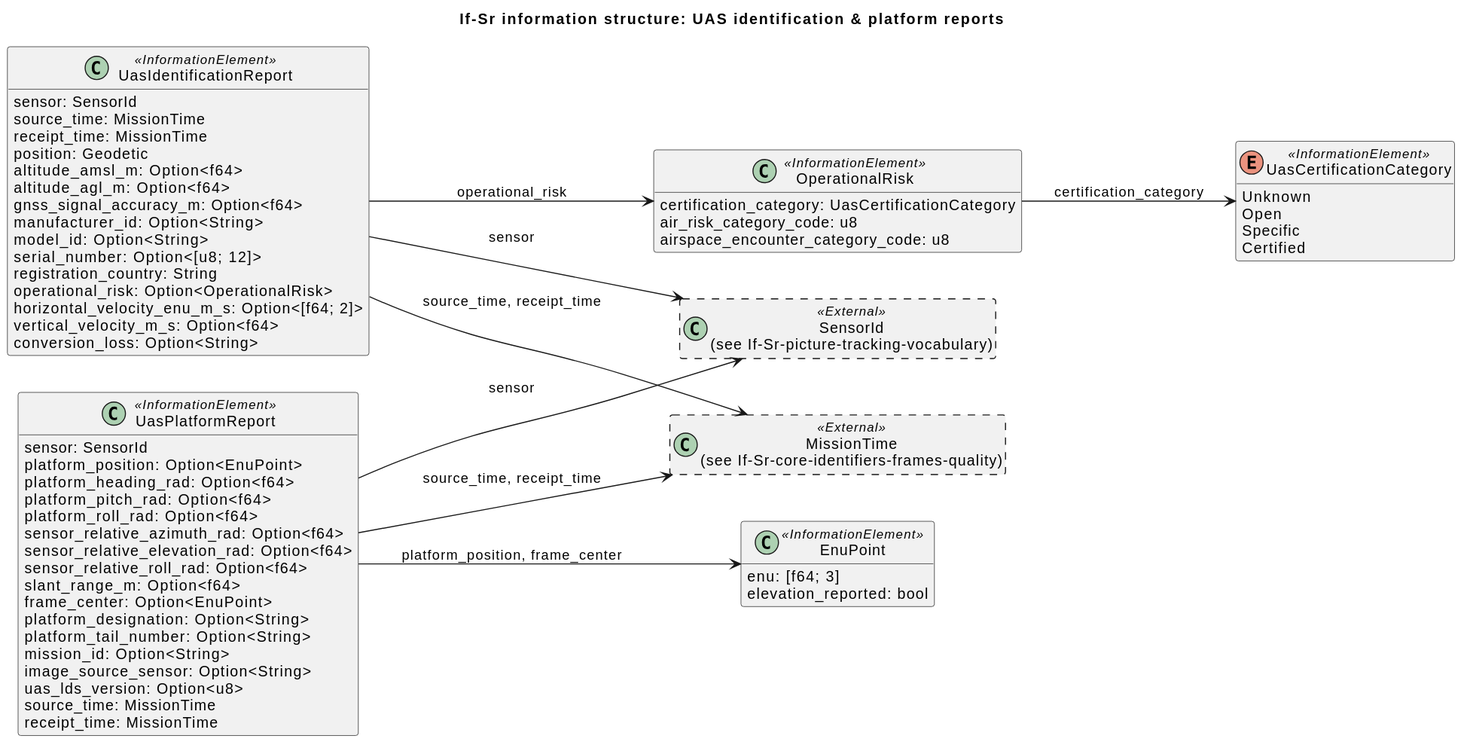
Above: docs/architecture/uaf/rendered/information/If-Sr-uas-identification-platform-reports.svg in WayneRoessling/gungnir (PlantUML), before the change.
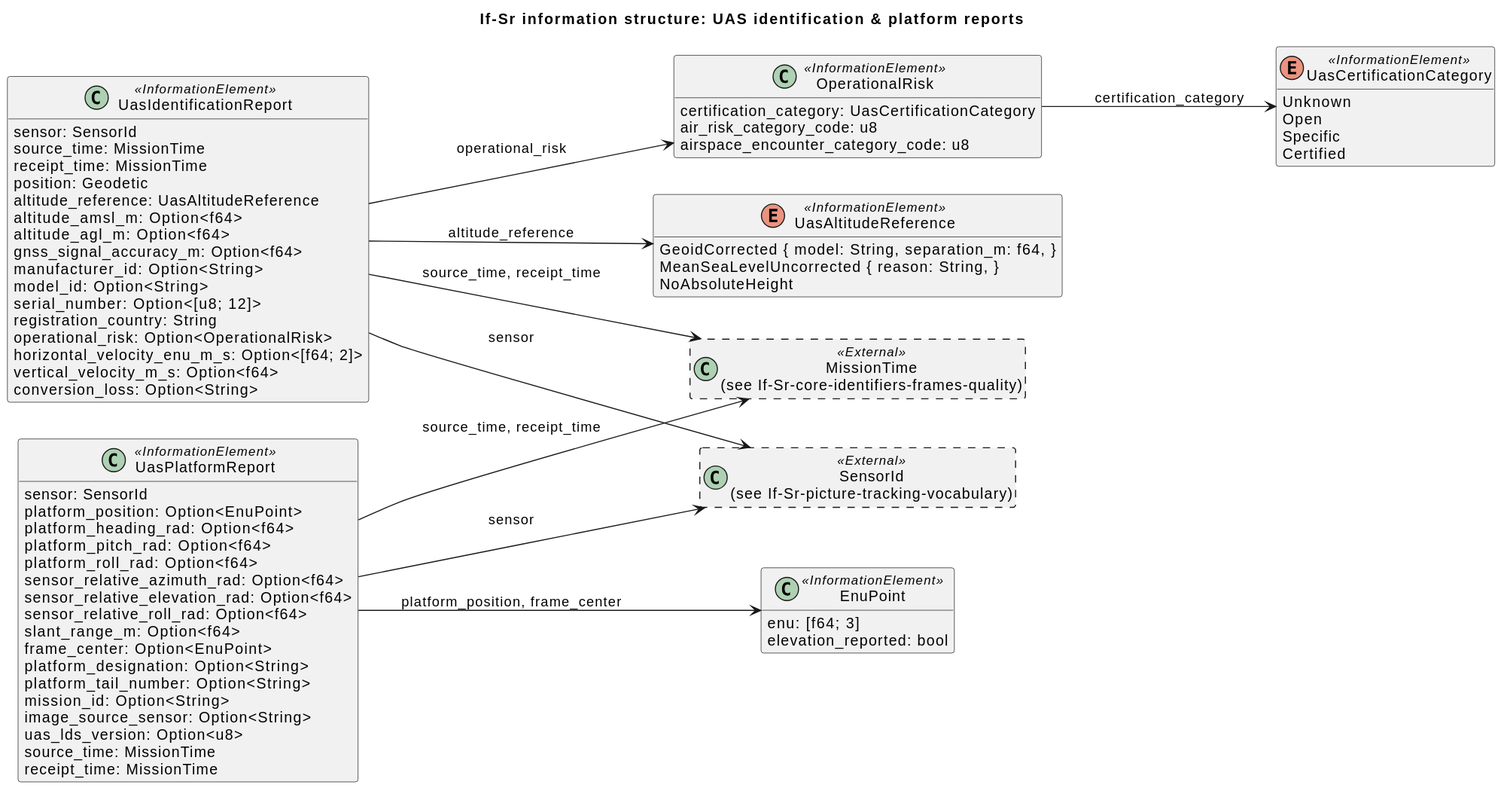
The same diagram one commit later.

The edit, as a diff of the source:
```diff
@@ -8,6 +8,7 @@
   source_time: MissionTime
   receipt_time: MissionTime
   position: Geodetic
+  altitude_reference: UasAltitudeReference
   altitude_amsl_m: Option<f64>
   altitude_agl_m: Option<f64>
   gnss_signal_accuracy_m: Option<f64>
@@ -19,6 +20,11 @@
   horizontal_velocity_enu_m_s: Option<[f64; 2]>
   vertical_velocity_m_s: Option<f64>
   conversion_loss: Option<String>
+}
+enum "UasAltitudeReference" as UasAltitudeReference <<InformationElement>> {
+  GeoidCorrected { model: String, separation_m: f64, }
+  MeanSeaLevelUncorrected { reason: String, }
+  NoAbsoluteHeight
 }
 class "OperationalRisk" as OperationalRisk <<InformationElement>> {
   certification_category: UasCertificationCategory
@@ -61,6 +67,7 @@
 UasIdentificationReport --> MissionTime : source_time, receipt_time
 UasIdentificationReport --> OperationalRisk : operational_risk
 UasIdentificationReport --> SensorId : sensor
+UasIdentificationReport --> UasAltitudeReference : altitude_reference
 OperationalRisk --> UasCertificationCategory : certification_category
 UasPlatformReport --> EnuPoint : platform_position, frame_center
 UasPlatformReport --> MissionTime : source_time, receipt_time
```
